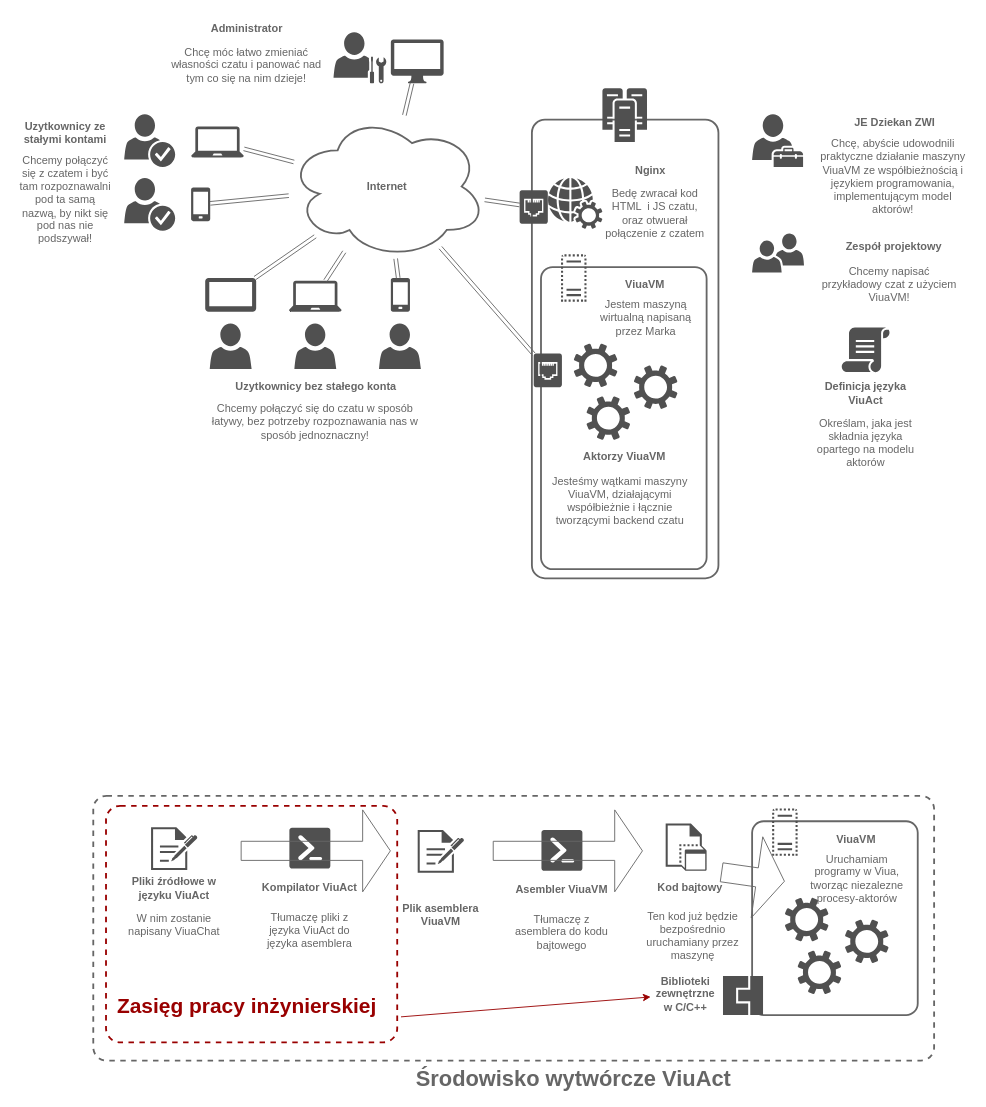
Earlier version of the draw.io diagram drawio/diagram vc.drawio (marekjm/inzynierka). Source tidied: cells renumbered, new cells numbered last; positions are measured from the earlier drawing's top-left corner, leaving out a move shared by most shapes. Both pictures are drawn from the tidied source at 91%, with x=0, y=0 at pixel (15, 15).
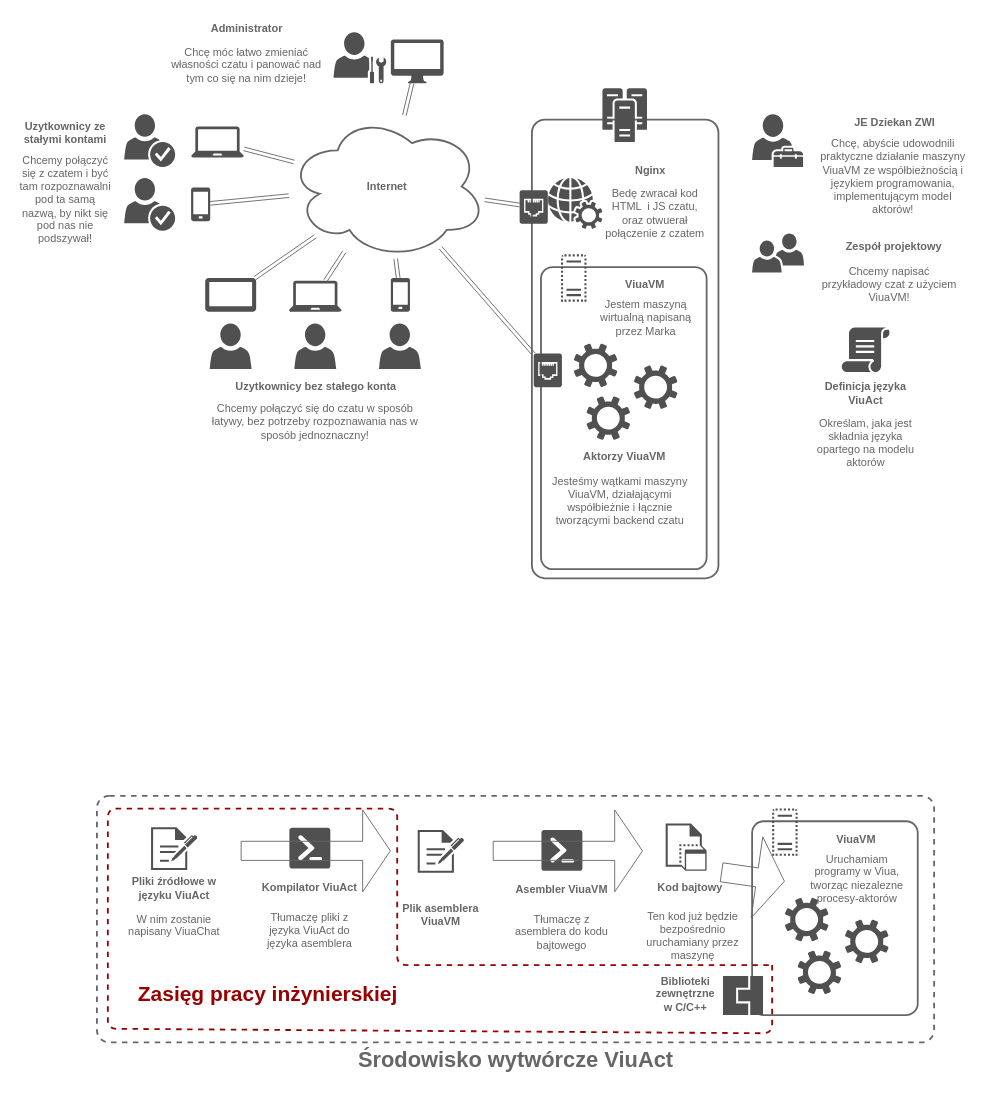
The same diagram, later.

Unchanged cells that the change refers to:
```xml
<mxCell id="83" value="&lt;b&gt;Biblioteki zewnętrzne w C/C++&lt;/b&gt;" style="text;html=1;strokeColor=none;fillColor=none;align=center;verticalAlign=middle;whiteSpace=wrap;rounded=0;fontColor=#666666;" parent="1" vertex="1">
  <mxGeometry x="697.5" y="1065" width="76" height="20" as="geometry" />
</mxCell>
```

What changed in the source:
```diff
@@
     <mxCell id="2" style="rounded=1;whiteSpace=wrap;html=1;strokeColor=#666666;strokeWidth=2;fontColor=#666666;arcSize=5;dashed=1;" parent="1" vertex="1">
-      <mxGeometry x="85" y="857" width="924" height="291" as="geometry" />
+      <mxGeometry x="89" y="857" width="920" height="271" as="geometry" />
     </mxCell>
@@
     <mxCell id="61" value="W nim zostanie napisany ViuaChat" style="text;html=1;strokeColor=none;fillColor=none;align=center;verticalAlign=top;whiteSpace=wrap;rounded=0;fontColor=#666666;fontStyle=0;" parent="1" vertex="1">
-      <mxGeometry x="119" y="978" width="110" height="20" as="geometry" />
+      <mxGeometry x="119" y="979" width="110" height="20" as="geometry" />
     </mxCell>
@@
     <mxCell id="79" value="&lt;b&gt;&lt;font style=&quot;font-size: 24px&quot;&gt;Środowisko wytwórcze ViuAct&lt;/font&gt;&lt;/b&gt;" style="text;html=1;strokeColor=none;fillColor=none;align=center;verticalAlign=middle;whiteSpace=wrap;rounded=0;dashed=1;fontColor=#666666;" parent="1" vertex="1">
-      <mxGeometry x="368" y="1158" width="490" height="20" as="geometry" />
+      <mxGeometry x="89" y="1138" width="921" height="20" as="geometry" />
     </mxCell>
-    <mxCell id="80" style="rounded=1;whiteSpace=wrap;html=1;dashed=1;strokeColor=#990000;strokeWidth=2;fontColor=#666666;fillColor=none;arcSize=6;" parent="1" vertex="1">
-      <mxGeometry x="99" y="868" width="320" height="260" as="geometry" />
-    </mxCell>
     <mxCell id="81" value="&lt;b&gt;&lt;font style=&quot;font-size: 23px&quot;&gt;Zasięg pracy inżynierskiej&lt;/font&gt;&lt;/b&gt;" style="text;html=1;strokeColor=none;fillColor=none;align=center;verticalAlign=middle;whiteSpace=wrap;rounded=0;dashed=1;fontColor=#990000;" parent="1" vertex="1">
-      <mxGeometry x="109" y="1078" width="290" height="20" as="geometry" />
+      <mxGeometry x="132" y="1065" width="290" height="20" as="geometry" />
     </mxCell>
@@
-    <mxCell id="84" style="endArrow=classic;html=1;strokeColor=#990000;fontColor=#990000;exitX=1.013;exitY=0.892;exitDx=0;exitDy=0;exitPerimeter=0;jumpSize=10;" parent="1" edge="1" source="80" target="83">
-      <mxGeometry relative="1" as="geometry" />
-    </mxCell>
+    <mxCell id="85" style="endArrow=none;dashed=1;html=1;strokeColor=#990000;strokeWidth=2;" parent="1" edge="1">
+      <mxGeometry relative="1" as="geometry">
+        <mxPoint x="831" y="1043" as="sourcePoint" />
+        <mxPoint x="831" y="1043" as="targetPoint" />
+        <Array as="points">
+          <mxPoint x="831" y="1118" />
+          <mxPoint x="101" y="1113" />
+          <mxPoint x="101" y="871" />
+          <mxPoint x="419" y="871" />
+          <mxPoint x="419" y="1043" />
+        </Array>
+      </mxGeometry>
+    </mxCell>
```
